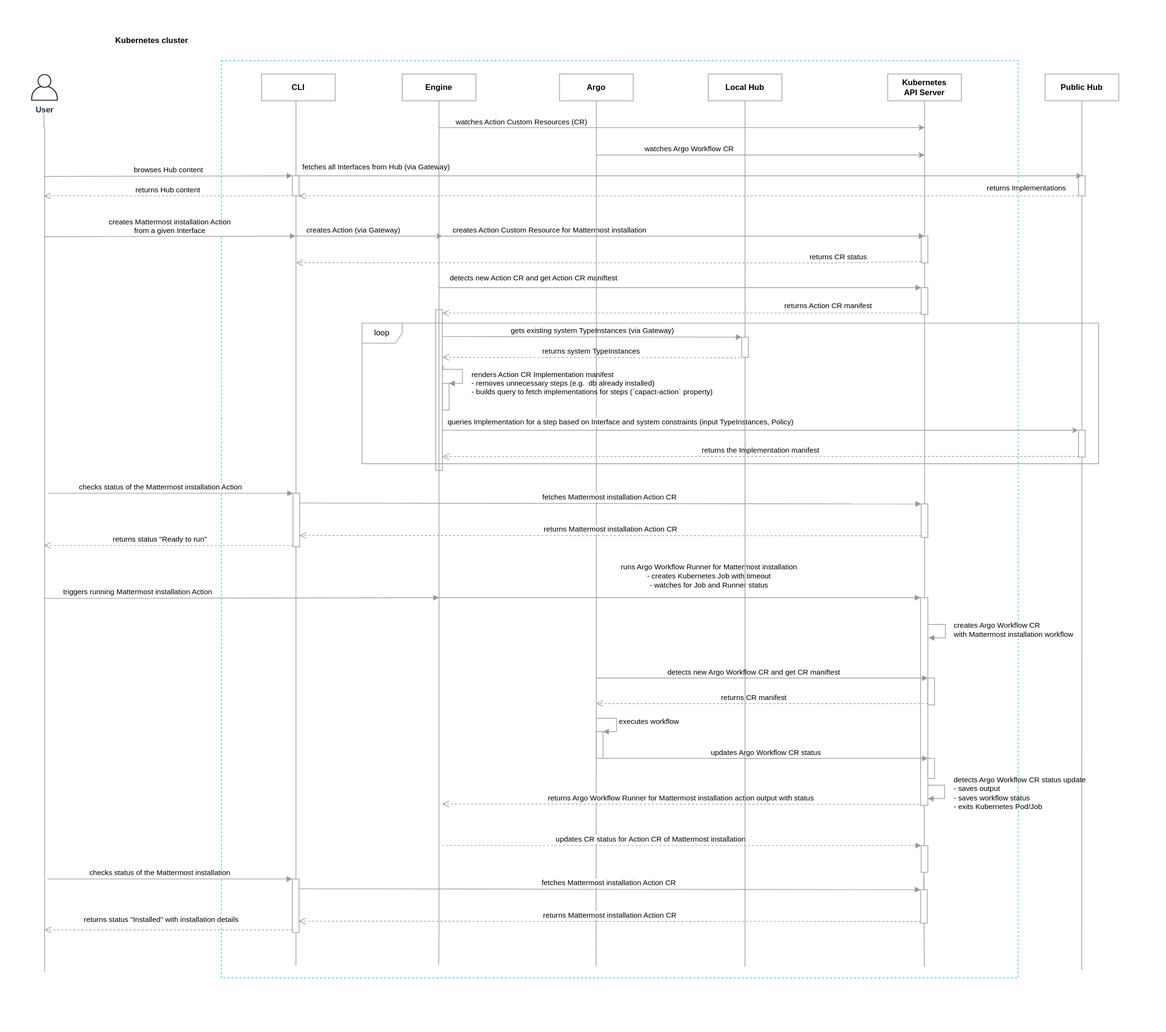
Earlier version of the draw.io export docs/architecture/assets/action-sequence-diagram.svg (capactio/website). Source tidied: cells renumbered, new cells last; positions are measured from the earlier drawing's top-left corner, leaving out a move shared by most shapes.
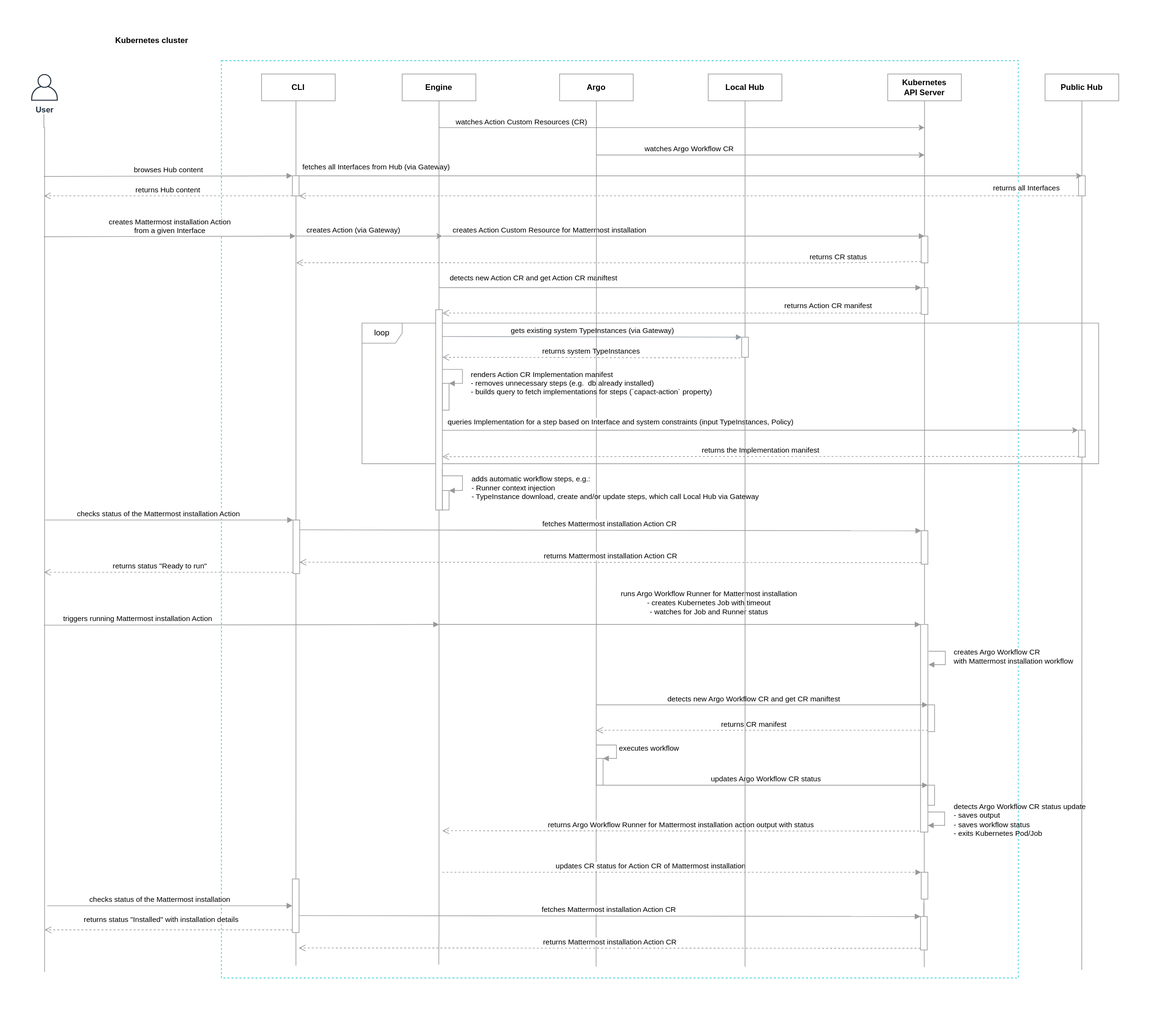
After the commit.

Commit message:
Bring improvements to diagram after review

What changed in the source:
```diff
@@ -12,7 +12,7 @@
       <mxGeometry relative="1" as="geometry" />
     </mxCell>
     <mxCell id="5" style="html=1;points=[];perimeter=orthogonalPerimeter;strokeColor=#999999;" parent="1" vertex="1">
-      <mxGeometry x="1374" y="892" width="11" height="310" as="geometry" />
+      <mxGeometry x="1374" y="932" width="11" height="310" as="geometry" />
     </mxCell>
     <mxCell id="6" value="loop" style="shape=umlFrame;whiteSpace=wrap;html=1;strokeColor=#999999;fillColor=none;" parent="1" vertex="1">
       <mxGeometry x="540" y="482" width="1100" height="210" as="geometry" />
@@ -120,8 +120,8 @@
     <mxCell id="29" value="Argo" style="rounded=0;whiteSpace=wrap;html=1;strokeColor=#999999;fontStyle=1;" parent="1" vertex="1">
       <mxGeometry x="835" y="110" width="110" height="40" as="geometry" />
     </mxCell>
-    <mxCell id="30" style="html=1;points=[];perimeter=orthogonalPerimeter;strokeColor=#999999;fillColor=none;" parent="1" vertex="1">
-      <mxGeometry x="650" y="462" width="10" height="240" as="geometry" />
+    <mxCell id="30" style="html=1;points=[];perimeter=orthogonalPerimeter;strokeColor=#999999;" parent="1" vertex="1">
+      <mxGeometry x="650" y="462" width="10" height="299" as="geometry" />
     </mxCell>
     <mxCell id="31" value="returns the Implementation&amp;nbsp;manifest" style="html=1;verticalAlign=bottom;endArrow=open;dashed=1;endSize=8;strokeColor=#999999;exitX=0;exitY=0.975;exitDx=0;exitDy=0;exitPerimeter=0;" parent="1" edge="1" source="59">
       <mxGeometry relative="1" as="geometry">
@@ -131,7 +131,7 @@
     <mxCell id="32" style="html=1;points=[];perimeter=orthogonalPerimeter;strokeColor=#999999;fillColor=none;" parent="1" vertex="1">
       <mxGeometry x="660" y="572" width="10" height="40" as="geometry" />
     </mxCell>
-    <mxCell id="33" value="renders Action CR Implementation manifest&lt;br&gt;- removes unnecessary steps&amp;nbsp;(e.g.&amp;nbsp;&amp;nbsp;db&amp;nbsp;already installed)&lt;br&gt;- builds query to fetch implementations for steps (`capact-action` property)" style="edgeStyle=orthogonalEdgeStyle;html=1;align=left;spacingLeft=2;endArrow=block;rounded=0;entryX=1;entryY=0;strokeColor=#999999;exitX=1.12;exitY=0.345;exitDx=0;exitDy=0;exitPerimeter=0;labelBackgroundColor=none;" parent="1" edge="1" source="30" target="32">
+    <mxCell id="33" value="renders Action CR Implementation manifest&lt;br&gt;- removes unnecessary steps&amp;nbsp;(e.g.&amp;nbsp;&amp;nbsp;db&amp;nbsp;already installed)&lt;br&gt;- builds query to fetch implementations for steps (`capact-action` property)" style="edgeStyle=orthogonalEdgeStyle;html=1;align=left;spacingLeft=2;endArrow=block;rounded=0;entryX=1;entryY=0;strokeColor=#999999;exitX=0.994;exitY=0.298;exitDx=0;exitDy=0;exitPerimeter=0;labelBackgroundColor=none;" parent="1" edge="1" source="30" target="32">
       <mxGeometry x="0.47" y="-10" relative="1" as="geometry">
         <Array as="points">
           <mxPoint x="690" y="551" />
@@ -142,26 +142,26 @@
     </mxCell>
     <mxCell id="34" value="runs Argo Workflow Runner for Mattermost&amp;nbsp;installation&lt;br&gt;- creates Kubernetes Job with timeout&lt;br&gt;- watches for Job and Runner status" style="html=1;verticalAlign=bottom;endArrow=block;entryX=0;entryY=0;strokeColor=#999999;labelBackgroundColor=none;" parent="1" edge="1" target="5">
       <mxGeometry x="0.12" y="10" relative="1" as="geometry">
-        <mxPoint x="655" y="892" as="sourcePoint" />
+        <mxPoint x="655" y="932" as="sourcePoint" />
       </mxGeometry>
     </mxCell>
     <mxCell id="35" value="creates Argo Workflow CR&lt;br&gt;with Mattermost installation workflow" style="edgeStyle=orthogonalEdgeStyle;html=1;align=left;spacingLeft=2;endArrow=block;rounded=0;strokeColor=#999999;" parent="1" edge="1">
       <mxGeometry x="-0.06" y="9" relative="1" as="geometry">
-        <mxPoint x="1386" y="932" as="sourcePoint" />
-        <mxPoint x="1386" y="952" as="targetPoint" />
+        <mxPoint x="1386" y="972" as="sourcePoint" />
+        <mxPoint x="1386" y="992" as="targetPoint" />
         <Array as="points">
-          <mxPoint x="1411" y="932" />
+          <mxPoint x="1411" y="972" />
         </Array>
       </mxGeometry>
     </mxCell>
     <mxCell id="36" value="detects new Argo Workflow CR and get CR maniftest" style="html=1;verticalAlign=bottom;endArrow=block;entryX=0;entryY=0;strokeColor=#999999;" parent="1" edge="1" target="40">
       <mxGeometry x="-0.05" relative="1" as="geometry">
-        <mxPoint x="890" y="1012" as="sourcePoint" />
+        <mxPoint x="890" y="1052" as="sourcePoint" />
       </mxGeometry>
     </mxCell>
     <mxCell id="37" value="returns CR manifest" style="html=1;verticalAlign=bottom;endArrow=open;dashed=1;endSize=8;exitX=0;exitY=0.95;strokeColor=#999999;" parent="1" edge="1" source="40">
       <mxGeometry x="0.05" relative="1" as="geometry">
-        <mxPoint x="890" y="1050" as="targetPoint" />
+        <mxPoint x="890" y="1090" as="targetPoint" />
       </mxGeometry>
     </mxCell>
     <mxCell id="38" style="endArrow=classic;html=1;strokeColor=#999999;" parent="1" edge="1">
@@ -176,49 +176,50 @@
       </mxGeometry>
     </mxCell>
     <mxCell id="40" style="html=1;points=[];perimeter=orthogonalPerimeter;strokeColor=#999999;" parent="1" vertex="1">
-      <mxGeometry x="1385" y="1012" width="10" height="40" as="geometry" />
+      <mxGeometry x="1385" y="1052" width="10" height="40" as="geometry" />
     </mxCell>
     <mxCell id="41" style="html=1;points=[];perimeter=orthogonalPerimeter;strokeColor=#999999;" parent="1" vertex="1">
-      <mxGeometry x="890" y="1092" width="10" height="40" as="geometry" />
+      <mxGeometry x="890" y="1132" width="10" height="40" as="geometry" />
     </mxCell>
     <mxCell id="42" value="executes workflow" style="edgeStyle=orthogonalEdgeStyle;html=1;align=left;spacingLeft=2;endArrow=block;rounded=0;entryX=1;entryY=0;strokeColor=#999999;" parent="1" edge="1" target="41">
       <mxGeometry relative="1" as="geometry">
-        <mxPoint x="890" y="1072" as="sourcePoint" />
+        <mxPoint x="890" y="1112" as="sourcePoint" />
         <Array as="points">
-          <mxPoint x="920" y="1072" />
+          <mxPoint x="920" y="1112" />
         </Array>
       </mxGeometry>
     </mxCell>
     <mxCell id="43" style="html=1;points=[];perimeter=orthogonalPerimeter;strokeColor=#999999;" parent="1" vertex="1">
-      <mxGeometry x="1385" y="1132" width="10" height="30" as="geometry" />
+      <mxGeometry x="1385" y="1172" width="10" height="30" as="geometry" />
     </mxCell>
     <mxCell id="44" value="updates Argo Workflow CR status" style="html=1;verticalAlign=bottom;endArrow=block;entryX=0;entryY=0;strokeColor=#999999;" parent="1" edge="1" source="41" target="43">
       <mxGeometry relative="1" as="geometry" />
     </mxCell>
     <mxCell id="45" value="detects Argo Workflow CR status update&lt;br&gt;- saves output&lt;br&gt;- saves workflow status&lt;br&gt;- exits Kubernetes Pod/Job" style="edgeStyle=orthogonalEdgeStyle;html=1;align=left;spacingLeft=2;endArrow=block;rounded=0;strokeColor=#999999;labelBackgroundColor=none;" parent="1" edge="1">
       <mxGeometry x="-0.23" y="-14" relative="1" as="geometry">
-        <mxPoint x="1385" y="1172" as="sourcePoint" />
-        <mxPoint x="1385" y="1192" as="targetPoint" />
+        <mxPoint x="1385" y="1212" as="sourcePoint" />
+        <mxPoint x="1385" y="1232" as="targetPoint" />
         <Array as="points">
-          <mxPoint x="1410" y="1172" />
+          <mxPoint x="1410" y="1212" />
         </Array>
         <mxPoint x="24" y="10" as="offset" />
       </mxGeometry>
     </mxCell>
     <mxCell id="46" value="returns Argo Workflow Runner for Mattermost installation&amp;nbsp;action output with status" style="html=1;verticalAlign=bottom;endArrow=open;dashed=1;endSize=8;exitX=-0.198;exitY=0.995;exitDx=0;exitDy=0;exitPerimeter=0;strokeColor=#999999;" parent="1" edge="1" source="5">
       <mxGeometry relative="1" as="geometry">
-        <mxPoint x="660" y="1200" as="targetPoint" />
+        <mxPoint x="660" y="1240" as="targetPoint" />
       </mxGeometry>
     </mxCell>
     <mxCell id="47" value="updates CR status for Action CR of Mattermost installation" style="html=1;verticalAlign=bottom;endArrow=block;entryX=0;entryY=0;dashed=1;strokeColor=#999999;" parent="1" edge="1" target="66">
       <mxGeometry x="-0.13" relative="1" as="geometry">
-        <mxPoint x="660" y="1262" as="sourcePoint" />
+        <mxPoint x="660" y="1302" as="sourcePoint" />
         <mxPoint x="1" as="offset" />
       </mxGeometry>
     </mxCell>
-    <mxCell id="48" value="checks status of the Mattermost installation" style="html=1;verticalAlign=bottom;endArrow=block;entryX=0;entryY=0;strokeColor=#999999;" parent="1" edge="1" target="70">
+    <mxCell id="48" value="checks status of the Mattermost installation" style="html=1;verticalAlign=bottom;endArrow=block;entryX=0;entryY=0;strokeColor=#999999;" parent="1" edge="1">
       <mxGeometry x="-0.08" relative="1" as="geometry">
-        <mxPoint x="70" y="1312" as="sourcePoint" />
+        <mxPoint x="70" y="1352" as="sourcePoint" />
+        <mxPoint x="436" y="1352" as="targetPoint" />
       </mxGeometry>
     </mxCell>
     <mxCell id="49" value="returns status &quot;Installed&quot; with installation details" style="html=1;verticalAlign=bottom;endArrow=open;dashed=1;endSize=8;exitX=0;exitY=0.95;strokeColor=#999999;" parent="1" edge="1" source="70">
@@ -226,14 +227,18 @@
         <mxPoint x="66" y="1388" as="targetPoint" />
       </mxGeometry>
     </mxCell>
-    <mxCell id="50" value="fetches Mattermost&amp;nbsp;installation Action CR&amp;nbsp;" style="html=1;verticalAlign=bottom;endArrow=block;entryX=0;entryY=0;exitX=1.04;exitY=0.183;exitDx=0;exitDy=0;exitPerimeter=0;strokeColor=#999999;" parent="1" edge="1" source="70" target="52">
-      <mxGeometry relative="1" as="geometry" />
+    <mxCell id="50" value="fetches Mattermost&amp;nbsp;installation Action CR&amp;nbsp;" style="html=1;verticalAlign=bottom;endArrow=block;entryX=0;entryY=0;exitX=1.04;exitY=0.183;exitDx=0;exitDy=0;exitPerimeter=0;strokeColor=#999999;" parent="1" edge="1" target="52">
+      <mxGeometry relative="1" as="geometry">
+        <mxPoint x="446.4" y="1366.6" as="sourcePoint" />
+      </mxGeometry>
     </mxCell>
-    <mxCell id="51" value="returns Mattermost&amp;nbsp;installation Action CR" style="html=1;verticalAlign=bottom;endArrow=open;dashed=1;endSize=8;exitX=0;exitY=0.95;entryX=0.96;entryY=0.788;entryDx=0;entryDy=0;entryPerimeter=0;strokeColor=#999999;" parent="1" edge="1" source="52" target="70">
-      <mxGeometry relative="1" as="geometry" />
+    <mxCell id="51" value="returns Mattermost&amp;nbsp;installation Action CR" style="html=1;verticalAlign=bottom;endArrow=open;dashed=1;endSize=8;exitX=0;exitY=0.95;entryX=0.96;entryY=0.788;entryDx=0;entryDy=0;entryPerimeter=0;strokeColor=#999999;" parent="1" edge="1" source="52">
+      <mxGeometry relative="1" as="geometry">
+        <mxPoint x="445.6" y="1415" as="targetPoint" />
+      </mxGeometry>
     </mxCell>
     <mxCell id="52" style="html=1;points=[];perimeter=orthogonalPerimeter;strokeColor=#999999;" parent="1" vertex="1">
-      <mxGeometry x="1374" y="1328" width="10" height="50" as="geometry" />
+      <mxGeometry x="1374" y="1368" width="10" height="50" as="geometry" />
     </mxCell>
     <mxCell id="53" style="edgeStyle=orthogonalEdgeStyle;rounded=0;jettySize=auto;html=1;endArrow=none;endFill=0;strokeColor=#999999;" parent="1" edge="1" source="5" target="52">
       <mxGeometry relative="1" as="geometry" />
@@ -293,7 +298,7 @@
       <mxGeometry x="46" y="110" width="40" height="40" as="geometry" />
     </mxCell>
     <mxCell id="66" style="html=1;points=[];perimeter=orthogonalPerimeter;strokeColor=#999999;" parent="1" vertex="1">
-      <mxGeometry x="1375" y="1262" width="10" height="40" as="geometry" />
+      <mxGeometry x="1375" y="1302" width="10" height="40" as="geometry" />
     </mxCell>
     <mxCell id="67" style="html=1;points=[];perimeter=orthogonalPerimeter;strokeColor=#999999;fillColor=none;" parent="1" vertex="1">
       <mxGeometry x="1610" y="262" width="10" height="30" as="geometry" />
@@ -324,7 +329,7 @@
     <mxCell id="73" style="html=1;points=[];perimeter=orthogonalPerimeter;strokeColor=#999999;" parent="1" vertex="1">
       <mxGeometry x="436" y="262" width="10" height="30" as="geometry" />
     </mxCell>
-    <mxCell id="74" value="returns Implementations" style="html=1;verticalAlign=bottom;endArrow=open;dashed=1;endSize=8;exitX=-0.067;exitY=0.999;strokeColor=#999999;exitDx=0;exitDy=0;exitPerimeter=0;entryX=0.997;entryY=0.999;entryDx=0;entryDy=0;entryPerimeter=0;" parent="1" edge="1" source="67" target="73">
+    <mxCell id="74" value="returns all Interfaces" style="html=1;verticalAlign=bottom;endArrow=open;dashed=1;endSize=8;exitX=-0.067;exitY=0.999;strokeColor=#999999;exitDx=0;exitDy=0;exitPerimeter=0;entryX=0.997;entryY=0.999;entryDx=0;entryDy=0;entryPerimeter=0;" parent="1" edge="1" source="67" target="73">
       <mxGeometry x="-0.87" y="-3" relative="1" as="geometry" />
     </mxCell>
     <mxCell id="75" value="returns Hub content" style="html=1;verticalAlign=bottom;endArrow=open;dashed=1;endSize=8;exitX=0;exitY=0.95;strokeColor=#999999;" parent="1" edge="1">
@@ -335,19 +340,19 @@
     </mxCell>
     <mxCell id="76" value="triggers running Mattermost installation Action" style="html=1;verticalAlign=bottom;endArrow=block;strokeColor=#999999;" parent="1" edge="1">
       <mxGeometry x="-0.53" y="1" relative="1" as="geometry">
-        <mxPoint x="65" y="893" as="sourcePoint" />
-        <mxPoint x="655" y="892" as="targetPoint" />
+        <mxPoint x="65" y="933" as="sourcePoint" />
+        <mxPoint x="655" y="932" as="targetPoint" />
       </mxGeometry>
     </mxCell>
     <mxCell id="77" value="checks status of the Mattermost installation Action" style="html=1;verticalAlign=bottom;endArrow=block;entryX=0;entryY=0;strokeColor=#999999;" parent="1" edge="1" target="82">
       <mxGeometry x="-0.08" relative="1" as="geometry">
-        <mxPoint x="71" y="736" as="sourcePoint" />
+        <mxPoint x="67" y="776" as="sourcePoint" />
       </mxGeometry>
     </mxCell>
     <mxCell id="78" value="returns status &quot;Ready to run&quot;" style="html=1;verticalAlign=bottom;endArrow=open;dashed=1;endSize=8;exitX=0;exitY=0.95;strokeColor=#999999;" parent="1" edge="1">
       <mxGeometry x="0.06" relative="1" as="geometry">
-        <mxPoint x="437" y="814" as="sourcePoint" />
-        <mxPoint x="65" y="814" as="targetPoint" />
+        <mxPoint x="437" y="854" as="sourcePoint" />
+        <mxPoint x="65" y="854" as="targetPoint" />
         <mxPoint x="-1" as="offset" />
       </mxGeometry>
     </mxCell>
@@ -358,10 +363,23 @@
       <mxGeometry relative="1" as="geometry" />
     </mxCell>
     <mxCell id="81" style="html=1;points=[];perimeter=orthogonalPerimeter;strokeColor=#999999;" parent="1" vertex="1">
-      <mxGeometry x="1375" y="752" width="10" height="50" as="geometry" />
+      <mxGeometry x="1375" y="792" width="10" height="50" as="geometry" />
     </mxCell>
     <mxCell id="82" style="html=1;points=[];perimeter=orthogonalPerimeter;strokeColor=#999999;" parent="1" vertex="1">
-      <mxGeometry x="437" y="736" width="10" height="80" as="geometry" />
+      <mxGeometry x="437" y="776" width="10" height="80" as="geometry" />
     </mxCell>
+    <mxCell id="83" style="html=1;points=[];perimeter=orthogonalPerimeter;strokeColor=#999999;fillColor=none;" parent="1" vertex="1">
+      <mxGeometry x="660" y="732" width="10" height="29" as="geometry" />
+    </mxCell>
+    <mxCell id="84" value="adds automatic workflow steps, e.g.:&lt;br&gt;- Runner context injection&lt;br&gt;- TypeInstance download, create and/or update steps, which call Local Hub via Gateway" style="edgeStyle=orthogonalEdgeStyle;html=1;align=left;spacingLeft=2;endArrow=block;rounded=0;entryX=1;entryY=0;strokeColor=#999999;exitX=0.959;exitY=0.309;exitDx=0;exitDy=0;exitPerimeter=0;labelBackgroundColor=none;" parent="1" edge="1" target="83">
+      <mxGeometry x="0.41" y="10" relative="1" as="geometry">
+        <mxPoint x="660" y="700" as="sourcePoint" />
+        <Array as="points">
+          <mxPoint x="660" y="710" />
+          <mxPoint x="690" y="710" />
+          <mxPoint x="690" y="732" />
+        </Array>
+      </mxGeometry>
+    </mxCell>
   </root>
 </mxGraphModel>
```
